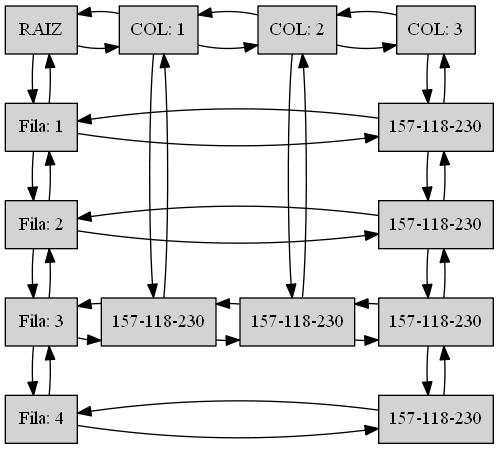
Earlier version of the Graphviz export Proyecto1_EDD_201701133/Grafica.png (SelvinLP/EDD_2S2019_PY1_201701133). Its source is kept beside it as Proyecto1_EDD_201701133/Grafica.dot.
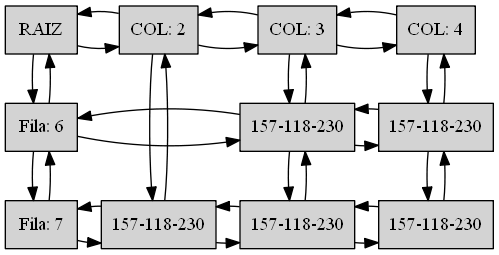
The same file after the commit.

Change to the diagram source:
```diff
@@ -2,60 +2,47 @@
 size="9,9"
 node[shape=record,style=filled]
 "RAIZ-1-1"[label ="{RAIZ}",group = 1]
-"Fila: 1-11"[label ="{Fila: 1}" ,group = 1 ]
-"Fila: 2-12"[label ="{Fila: 2}" ,group = 1 ]
-"Fila: 3-13"[label ="{Fila: 3}" ,group = 1 ]
-"Fila: 4-14"[label ="{Fila: 4}" ,group = 1 ]
-"COL: 11-1"[label ="{COL: 1}",group = 2]
-"157-118-23013"[label ="{157-118-230}" ,group = 2 ]
-"COL: 22-1"[label ="{COL: 2}",group = 3]
-"157-118-23023"[label ="{157-118-230}" ,group = 3 ]
-"COL: 33-1"[label ="{COL: 3}",group = 4]
-"157-118-23031"[label ="{157-118-230}" ,group = 4 ]
-"157-118-23032"[label ="{157-118-230}" ,group = 4 ]
-"157-118-23033"[label ="{157-118-230}" ,group = 4 ]
-"157-118-23034"[label ="{157-118-230}" ,group = 4 ]
-{rank = same;"RAIZ-1-1";"COL: 11-1";"COL: 22-1";"COL: 33-1";}
-{rank = same;"Fila: 1-11";"157-118-23031";}
-{rank = same;"Fila: 2-12";"157-118-23032";}
-{rank = same;"Fila: 3-13";"157-118-23013";"157-118-23023";"157-118-23033";}
-{rank = same;"Fila: 4-14";"157-118-23034";}
-"RAIZ-1-1" -> "Fila: 1-11"
-"RAIZ-1-1" -> "Fila: 1-11"[dir=back]
-"RAIZ-1-1" -> "COL: 11-1"
-"RAIZ-1-1" -> "COL: 11-1"[dir=back]
-"Fila: 1-11" -> "Fila: 2-12"
-"Fila: 1-11" -> "Fila: 2-12"[dir=back]
-"Fila: 1-11" -> "157-118-23031"
-"Fila: 1-11" -> "157-118-23031"[dir=back]
-"Fila: 2-12" -> "Fila: 3-13"
-"Fila: 2-12" -> "Fila: 3-13"[dir=back]
-"Fila: 2-12" -> "157-118-23032"
-"Fila: 2-12" -> "157-118-23032"[dir=back]
-"Fila: 3-13" -> "Fila: 4-14"
-"Fila: 3-13" -> "Fila: 4-14"[dir=back]
-"Fila: 3-13" -> "157-118-23013"
-"Fila: 3-13" -> "157-118-23013"[dir=back]
-"Fila: 4-14" -> "157-118-23034"
-"Fila: 4-14" -> "157-118-23034"[dir=back]
-"COL: 11-1" -> "157-118-23013"
-"COL: 11-1" -> "157-118-23013"[dir=back]
-"COL: 11-1" -> "COL: 22-1"
-"COL: 11-1" -> "COL: 22-1"[dir=back]
-"157-118-23013" -> "157-118-23023"
-"157-118-23013" -> "157-118-23023"[dir=back]
-"COL: 22-1" -> "157-118-23023"
-"COL: 22-1" -> "157-118-23023"[dir=back]
+"Fila: 6-16"[label ="{Fila: 6}" ,group = 1 ]
+"Fila: 7-17"[label ="{Fila: 7}" ,group = 1 ]
+"COL: 22-1"[label ="{COL: 2}",group = 2]
+"157-118-23027"[label ="{157-118-230}" ,group = 2 ]
+"COL: 33-1"[label ="{COL: 3}",group = 3]
+"157-118-23036"[label ="{157-118-230}" ,group = 3 ]
+"157-118-23037"[label ="{157-118-230}" ,group = 3 ]
+"COL: 44-1"[label ="{COL: 4}",group = 4]
+"157-118-23046"[label ="{157-118-230}" ,group = 4 ]
+"157-118-23047"[label ="{157-118-230}" ,group = 4 ]
+{rank = same;"RAIZ-1-1";"COL: 22-1";"COL: 33-1";"COL: 44-1";}
+{rank = same;"Fila: 6-16";"157-118-23036";"157-118-23046";}
+{rank = same;"Fila: 7-17";"157-118-23027";"157-118-23037";"157-118-23047";}
+"RAIZ-1-1" -> "Fila: 6-16"
+"RAIZ-1-1" -> "Fila: 6-16"[dir=back]
+"RAIZ-1-1" -> "COL: 22-1"
+"RAIZ-1-1" -> "COL: 22-1"[dir=back]
+"Fila: 6-16" -> "Fila: 7-17"
+"Fila: 6-16" -> "Fila: 7-17"[dir=back]
+"Fila: 6-16" -> "157-118-23036"
+"Fila: 6-16" -> "157-118-23036"[dir=back]
+"Fila: 7-17" -> "157-118-23027"
+"Fila: 7-17" -> "157-118-23027"[dir=back]
+"COL: 22-1" -> "157-118-23027"
+"COL: 22-1" -> "157-118-23027"[dir=back]
 "COL: 22-1" -> "COL: 33-1"
 "COL: 22-1" -> "COL: 33-1"[dir=back]
-"157-118-23023" -> "157-118-23033"
-"157-118-23023" -> "157-118-23033"[dir=back]
-"COL: 33-1" -> "157-118-23031"
-"COL: 33-1" -> "157-118-23031"[dir=back]
-"157-118-23031" -> "157-118-23032"
-"157-118-23031" -> "157-118-23032"[dir=back]
-"157-118-23032" -> "157-118-23033"
-"157-118-23032" -> "157-118-23033"[dir=back]
-"157-118-23033" -> "157-118-23034"
-"157-118-23033" -> "157-118-23034"[dir=back]
+"157-118-23027" -> "157-118-23037"
+"157-118-23027" -> "157-118-23037"[dir=back]
+"COL: 33-1" -> "157-118-23036"
+"COL: 33-1" -> "157-118-23036"[dir=back]
+"COL: 33-1" -> "COL: 44-1"
+"COL: 33-1" -> "COL: 44-1"[dir=back]
+"157-118-23036" -> "157-118-23037"
+"157-118-23036" -> "157-118-23037"[dir=back]
+"157-118-23036" -> "157-118-23046"
+"157-118-23036" -> "157-118-23046"[dir=back]
+"157-118-23037" -> "157-118-23047"
+"157-118-23037" -> "157-118-23047"[dir=back]
+"COL: 44-1" -> "157-118-23046"
+"COL: 44-1" -> "157-118-23046"[dir=back]
+"157-118-23046" -> "157-118-23047"
+"157-118-23046" -> "157-118-23047"[dir=back]
 }
```
